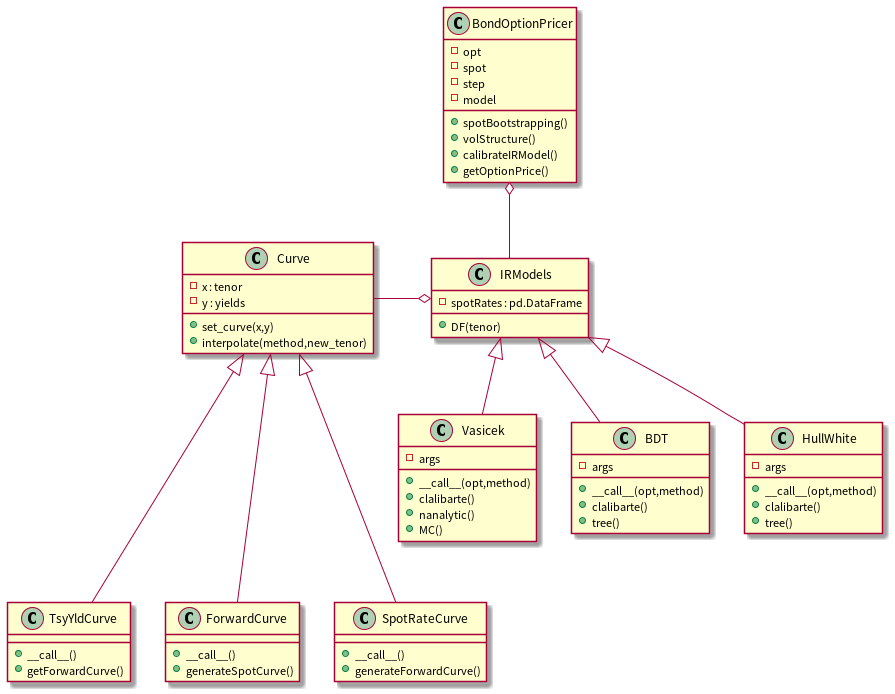
The PlantUML diagram structure.png in Clarence1027/IRD-pricer, before a commit.
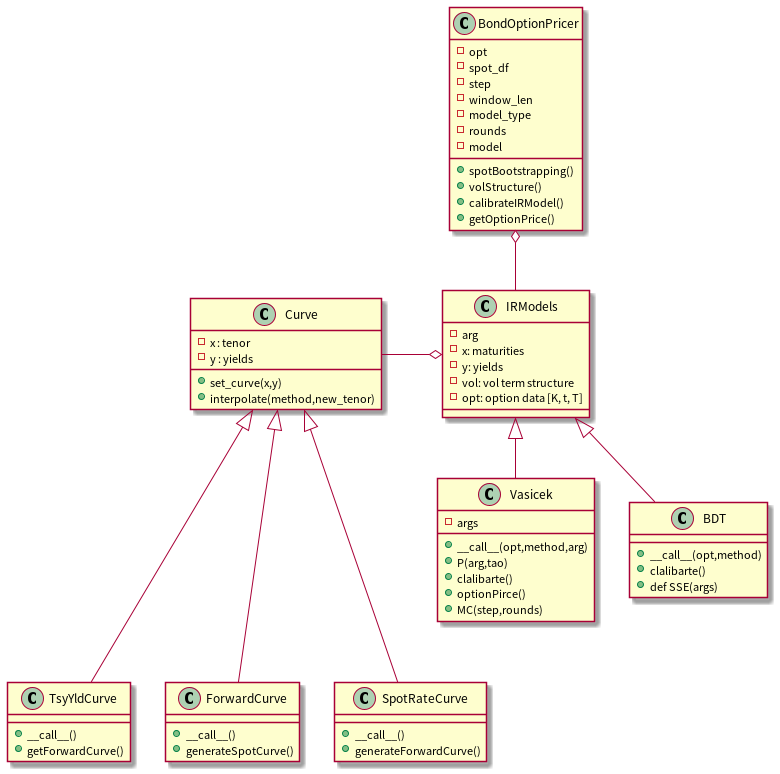
The same file after the commit.

The edit, as a diff of the source:
```diff
@@ -27,40 +27,38 @@
 
 
 class IRModels{
-	-spotRates : pd.DataFrame
-	+DF(tenor)
+	-arg
+	-x: maturities
+	-y: yields
+	-vol: vol term structure
+	-opt: option data [K, t, T]
 }
 
 class Vasicek{
 	-args
-	+__call__(opt,method)
+	+__call__(opt,method,arg)
+	+P(arg,tao)
 	+clalibarte()
-	+nanalytic()
-	+MC()
+	+optionPirce()
+	+MC(step,rounds)
 }
 
 class BDT{
-	-args
 	+__call__(opt,method)
 	+clalibarte()
-	+tree()
+	+def SSE(args)
 }
 
-class HullWhite{
-	-args
-	+__call__(opt,method)
-	+clalibarte()
-	+tree()
-}
-
-IRModels <|-- HullWhite
 IRModels <|-- Vasicek
 IRModels <|-- BDT
 
 class BondOptionPricer{
 	-opt
-	-spot
+	-spot_df
 	-step
+	-window_len
+	-model_type
+	-rounds
 	-model
 	+spotBootstrapping()
 	+volStructure()
```
